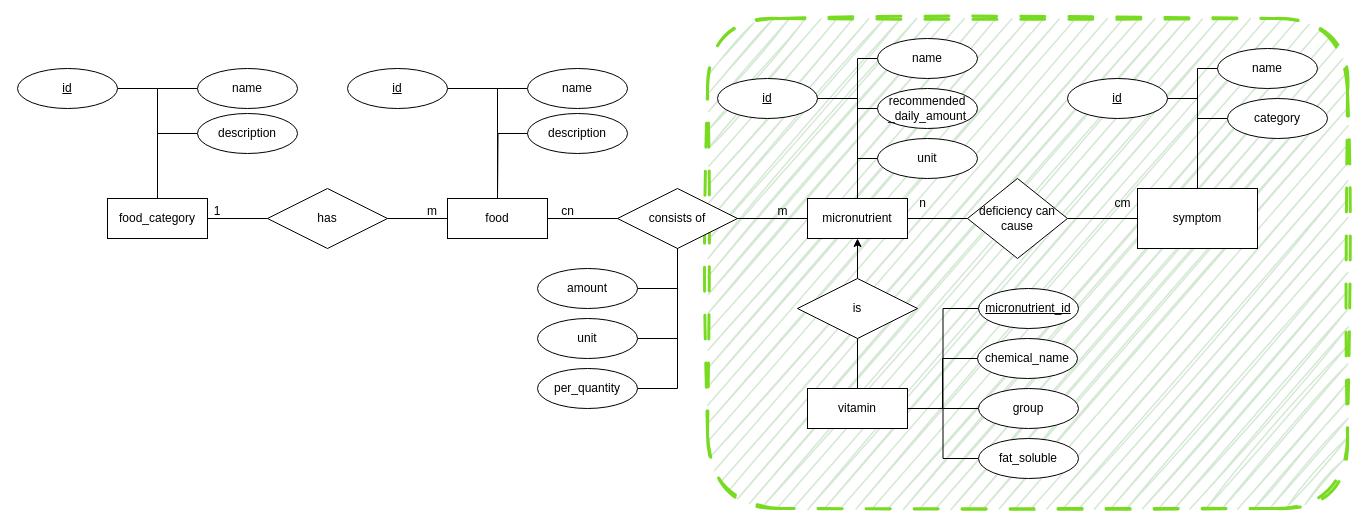
This is assets/data_modelling/micro_nutrition_erm.drawio from taylorPat/micronutrients, a draw.io file, before an edit. Source tidied: cells renumbered, new cells numbered last; positions are measured from the earlier drawing's top-left corner, leaving out a move shared by most shapes. Both pictures are drawn from the tidied source at 100%, with x=0, y=0 at pixel (17, 18).
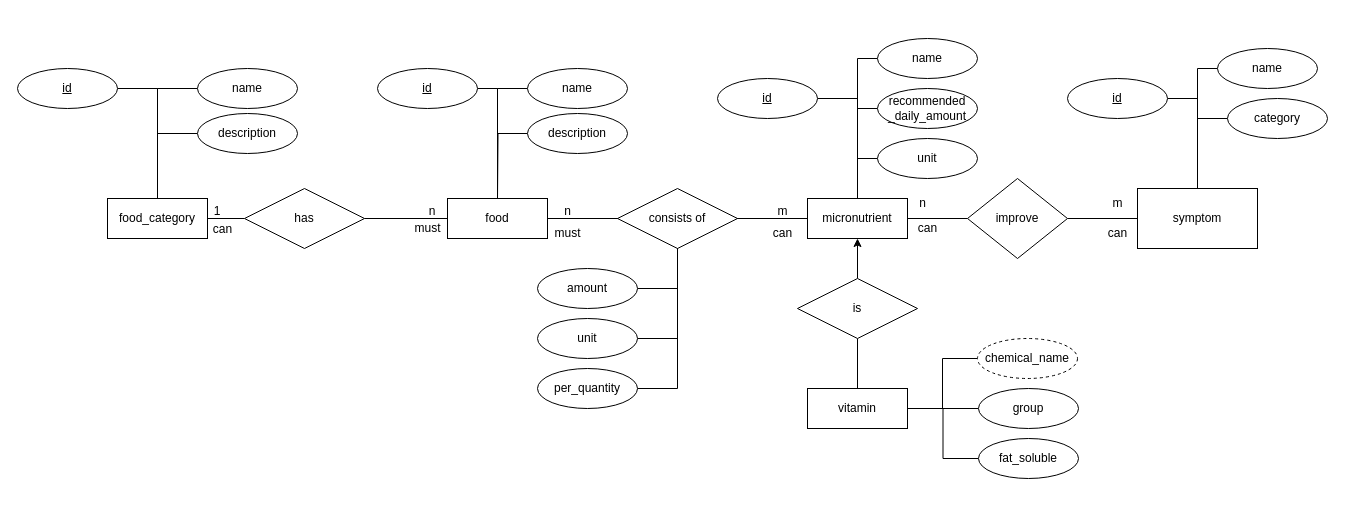
Above is the later version.

Commit message (it also covers changes not shown here):
feat: update drawio and add relation modell

The change refers to these unchanged cells:
```xml
<mxCell id="21" value="vitamin" style="whiteSpace=wrap;html=1;align=center;" parent="1" vertex="1">
  <mxGeometry x="790" y="370" width="100" height="40" as="geometry" />
</mxCell>
<mxCell id="38" value="fat_soluble" style="ellipse;whiteSpace=wrap;html=1;align=center;" parent="1" vertex="1">
  <mxGeometry x="961" y="420" width="100" height="40" as="geometry" />
</mxCell>
```

Diff of the diagram source:
```diff
@@
-    <mxCell id="2" style="whiteSpace=wrap;html=1;fillColor=#d5e8d4;dashed=1;dashPattern=8 8;strokeWidth=3;strokeColor=#78DB22;gradientColor=none;glass=0;rounded=1;shadow=0;sketch=1;curveFitting=1;jiggle=2;" parent="1" vertex="1">
-      <mxGeometry x="690" width="640" height="490" as="geometry" />
-    </mxCell>
@@
     <mxCell id="8" value="id" style="ellipse;whiteSpace=wrap;html=1;align=center;fontStyle=4;" parent="1" vertex="1">
-      <mxGeometry x="330" y="50" width="100" height="40" as="geometry" />
+      <mxGeometry x="360" y="50" width="100" height="40" as="geometry" />
     </mxCell>
@@
-    <mxCell id="19" value="cn" style="text;html=1;align=center;verticalAlign=middle;strokeColor=none;fillColor=none;" parent="1" vertex="1">
-      <mxGeometry x="530" y="178" width="40" height="30" as="geometry" />
+    <mxCell id="19" value="n" style="text;html=1;align=center;verticalAlign=middle;strokeColor=none;fillColor=none;" parent="1" vertex="1">
+      <mxGeometry x="535" y="178" width="30" height="30" as="geometry" />
     </mxCell>
@@
-    <mxCell id="24" style="edgeStyle=orthogonalEdgeStyle;rounded=0;jettySize=auto;html=1;entryX=1;entryY=0.5;entryDx=0;entryDy=0;endArrow=none;endFill=0;" parent="1" edge="1" source="25" target="21">
-      <mxGeometry relative="1" as="geometry" />
-    </mxCell>
-    <mxCell id="25" value="micronutrient_id" style="ellipse;whiteSpace=wrap;html=1;align=center;fontStyle=4;" parent="1" vertex="1">
-      <mxGeometry x="961" y="270" width="100" height="40" as="geometry" />
-    </mxCell>
@@
-    <mxCell id="36" value="chemical_name" style="ellipse;whiteSpace=wrap;html=1;align=center;" parent="1" vertex="1">
+    <mxCell id="36" value="chemical_name" style="ellipse;whiteSpace=wrap;html=1;align=center;dashed=1;" parent="1" vertex="1">
       <mxGeometry x="960" y="320" width="100" height="40" as="geometry" />
     </mxCell>
     <mxCell id="37" style="edgeStyle=orthogonalEdgeStyle;rounded=0;jettySize=auto;html=1;entryX=1;entryY=0.5;entryDx=0;entryDy=0;endArrow=none;endFill=0;" parent="1" edge="1" source="38" target="21">
-      <mxGeometry relative="1" as="geometry" />
+      <mxGeometry relative="1" as="geometry">
+        <Array as="points">
+          <mxPoint x="925.5" y="440" />
+          <mxPoint x="925.5" y="390" />
+        </Array>
+      </mxGeometry>
     </mxCell>
@@
     <mxCell id="40" value="has" style="shape=rhombus;perimeter=rhombusPerimeter;whiteSpace=wrap;html=1;align=center;" parent="1" vertex="1">
-      <mxGeometry x="250" y="170" width="120" height="60" as="geometry" />
+      <mxGeometry x="227" y="170" width="120" height="60" as="geometry" />
     </mxCell>
@@
-    <mxCell id="42" value="m" style="text;html=1;whiteSpace=wrap;strokeColor=none;fillColor=none;align=center;verticalAlign=middle;rounded=0;" parent="1" vertex="1">
+    <mxCell id="42" value="n" style="text;html=1;whiteSpace=wrap;strokeColor=none;fillColor=none;align=center;verticalAlign=middle;rounded=0;" parent="1" vertex="1">
       <mxGeometry x="385" y="178" width="60" height="30" as="geometry" />
     </mxCell>
@@
-    <mxCell id="55" value="deficiency can cause" style="rhombus;whiteSpace=wrap;html=1;shapeInside=1;" parent="1" vertex="1">
+    <mxCell id="55" value="improve" style="rhombus;whiteSpace=wrap;html=1;shapeInside=1;" parent="1" vertex="1">
       <mxGeometry x="950" y="160" width="100" height="80" as="geometry" />
     </mxCell>
@@
-    <mxCell id="63" value="cm" style="text;html=1;align=center;verticalAlign=middle;strokeColor=none;fillColor=none;" parent="1" vertex="1">
-      <mxGeometry x="1085" y="170" width="40" height="30" as="geometry" />
+    <mxCell id="63" value="m" style="text;html=1;align=center;verticalAlign=middle;strokeColor=none;fillColor=none;" parent="1" vertex="1">
+      <mxGeometry x="1085" y="170" width="30" height="30" as="geometry" />
     </mxCell>
@@
+    <mxCell id="65" value="can" style="text;html=1;align=center;verticalAlign=middle;strokeColor=none;fillColor=none;" parent="1" vertex="1">
+      <mxGeometry x="890" y="195" width="40" height="30" as="geometry" />
+    </mxCell>
+    <mxCell id="66" value="can" style="text;html=1;align=center;verticalAlign=middle;strokeColor=none;fillColor=none;" parent="1" vertex="1">
+      <mxGeometry x="1080" y="200" width="40" height="30" as="geometry" />
+    </mxCell>
+    <mxCell id="67" value="must" style="text;html=1;align=center;verticalAlign=middle;strokeColor=none;fillColor=none;" parent="1" vertex="1">
+      <mxGeometry x="525" y="200" width="50" height="30" as="geometry" />
+    </mxCell>
+    <mxCell id="68" value="can" style="text;html=1;align=center;verticalAlign=middle;strokeColor=none;fillColor=none;" parent="1" vertex="1">
+      <mxGeometry x="745" y="200" width="40" height="30" as="geometry" />
+    </mxCell>
+    <mxCell id="69" value="must" style="text;html=1;align=center;verticalAlign=middle;strokeColor=none;fillColor=none;" parent="1" vertex="1">
+      <mxGeometry x="385" y="195" width="50" height="30" as="geometry" />
+    </mxCell>
+    <mxCell id="70" value="can" style="text;html=1;align=center;verticalAlign=middle;strokeColor=none;fillColor=none;" parent="1" vertex="1">
+      <mxGeometry x="185" y="196" width="40" height="30" as="geometry" />
+    </mxCell>
```
